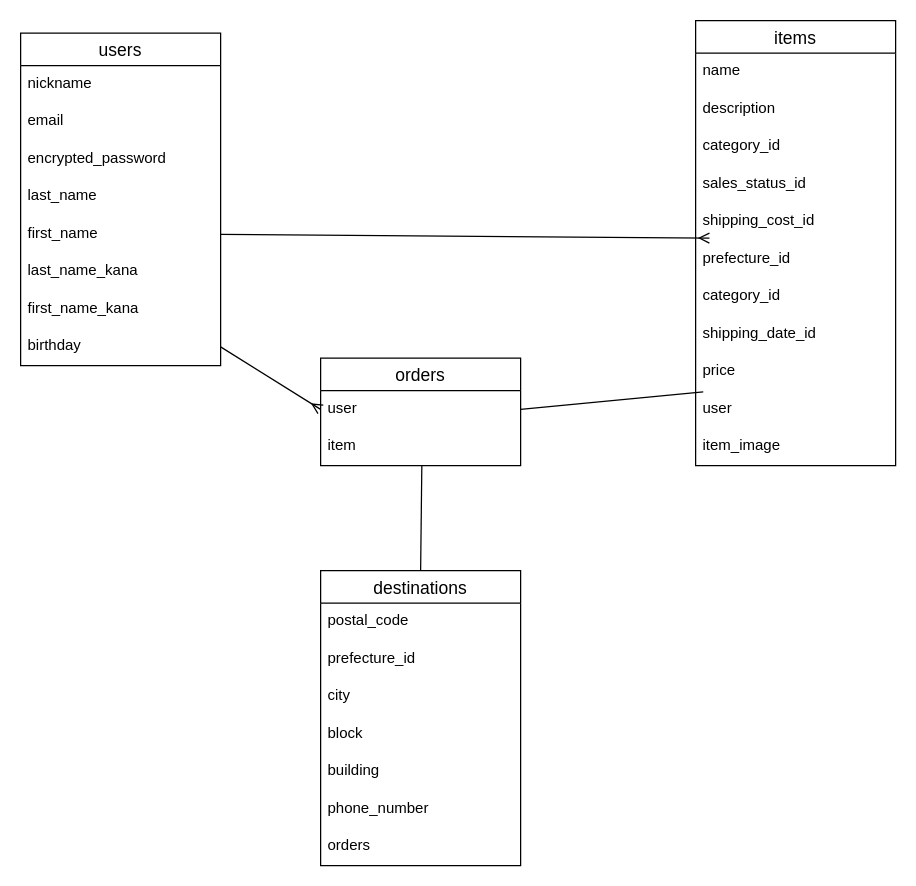
Before: test.dio in crocorio/furima-38725, a draw.io diagram. Source tidied: cells renumbered, new cells numbered last; positions are measured from the earlier drawing's top-left corner, leaving out a move shared by most shapes. Both pictures are drawn from the tidied source at 125%, with x=0, y=0 at pixel (20, 20).
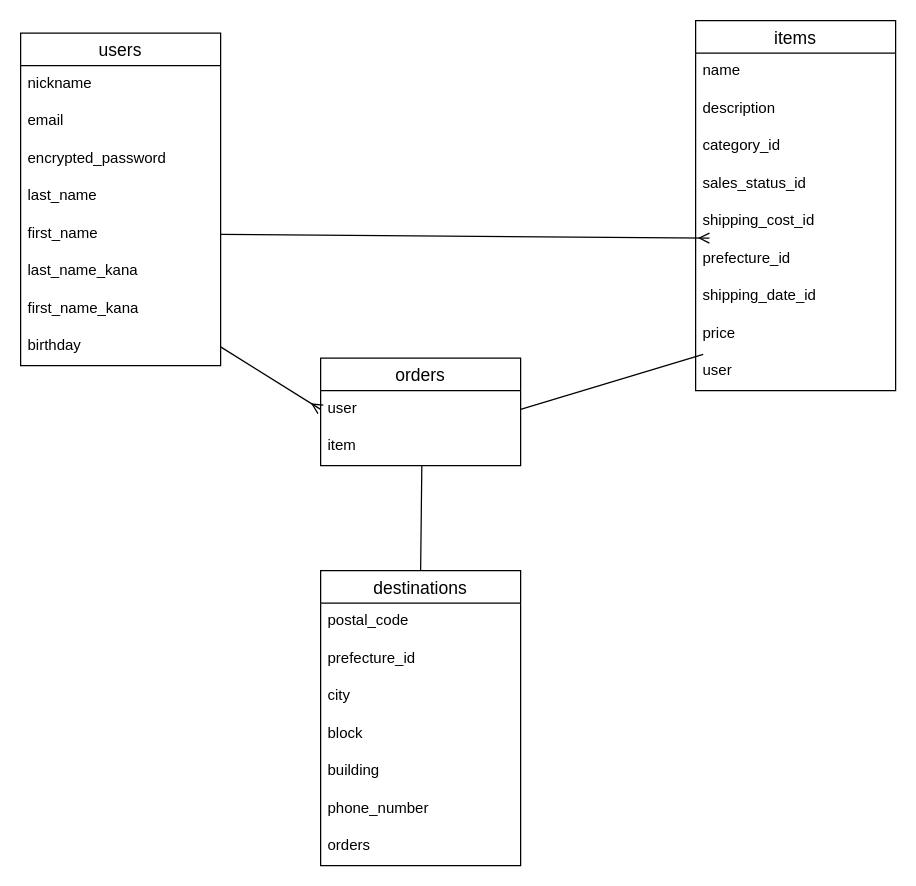
The same diagram, later.

What changed in the source:
```diff
@@
     <mxCell id="11" value="items" style="swimlane;fontStyle=0;horizontal=1;startSize=26;align=center;fontSize=14;" parent="1" vertex="1">
-      <mxGeometry x="540" width="160" height="356" as="geometry" />
+      <mxGeometry x="540" width="160" height="296" as="geometry" />
     </mxCell>
@@
-    <mxCell id="18" value="category_id" style="text;strokeColor=none;fillColor=none;spacingLeft=4;spacingRight=4;overflow=hidden;fontSize=12;" parent="11" vertex="1">
-      <mxGeometry y="206" width="160" height="30" as="geometry" />
-    </mxCell>
     <mxCell id="19" value="shipping_date_id" style="text;strokeColor=none;fillColor=none;spacingLeft=4;spacingRight=4;overflow=hidden;fontSize=12;" parent="11" vertex="1">
-      <mxGeometry y="236" width="160" height="30" as="geometry" />
+      <mxGeometry y="206" width="160" height="30" as="geometry" />
     </mxCell>
     <mxCell id="20" value="price" style="text;strokeColor=none;fillColor=none;spacingLeft=4;spacingRight=4;overflow=hidden;fontSize=12;" parent="11" vertex="1">
-      <mxGeometry y="266" width="160" height="30" as="geometry" />
+      <mxGeometry y="236" width="160" height="30" as="geometry" />
     </mxCell>
     <mxCell id="21" value="user" style="text;strokeColor=none;fillColor=none;spacingLeft=4;spacingRight=4;overflow=hidden;points=[[0,0.5],[1,0.5]];portConstraint=eastwest;fontSize=12;" parent="11" vertex="1">
-      <mxGeometry y="296" width="160" height="30" as="geometry" />
+      <mxGeometry y="266" width="160" height="30" as="geometry" />
     </mxCell>
-    <mxCell id="22" value="item_image" style="text;strokeColor=none;fillColor=none;spacingLeft=4;spacingRight=4;overflow=hidden;fontSize=12;" parent="11" vertex="1">
-      <mxGeometry y="326" width="160" height="30" as="geometry" />
-    </mxCell>
```
